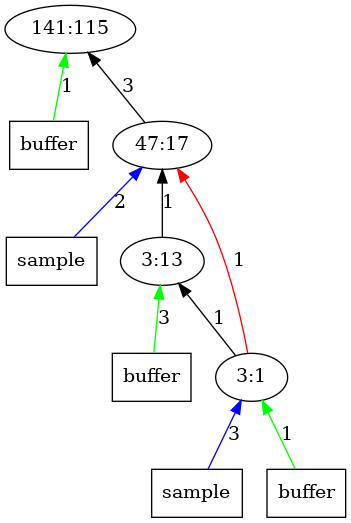
Above: outputImages/op115.png.png in AbhikKhan/MTP_IITG (Graphviz), before the change. Its source is kept beside it as outputTrees/op115.dot. The source it was exported from:
```dot
digraph Tree{
	rankdir="BT"
	x12 -> 1 [label = "1", color = "green"];
	x12 [label = "buffer", shape = "box"];
	1 [label = "141:115"];
	2 -> 1 [label = "3", color = "black"];
	x21 -> 2 [label = "2", color = "blue"];
	x21 [label = "sample", shape = "box"];
	2 [label = "47:17"];
	x32 -> 3 [label = "3", color = "green"];
	x32 [label = "buffer", shape = "box"];
	3 -> 2 [label = "1", color = "black"];
	3 [label = "3:13"];
	4 -> 3 [label = "1", color = "black"];
	4 -> 2 [label = "1", color = "red"];
	x41 -> 4 [label = "3", color = "blue"];
	x41 [label = "sample", shape = "box"];
	x42 -> 4 [label = "1", color = "green"];
	x42 [label = "buffer", shape = "box"];
	4 [label = "3:1"];
}
```
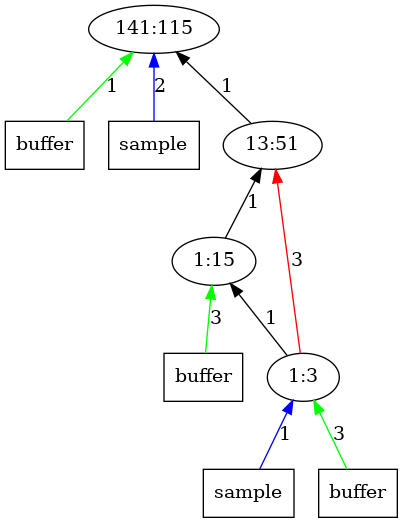
After the change.

The edit, as a diff of the source:
```diff
@@ -2,20 +2,20 @@
 	rankdir="BT"
 	x12 -> 1 [label = "1", color = "green"];
 	x12 [label = "buffer", shape = "box"];
+	x11 -> 1 [label = "2", color = "blue"];
+	x11 [label = "sample", shape = "box"];
 	1 [label = "141:115"];
-	2 -> 1 [label = "3", color = "black"];
-	x21 -> 2 [label = "2", color = "blue"];
-	x21 [label = "sample", shape = "box"];
-	2 [label = "47:17"];
+	2 -> 1 [label = "1", color = "black"];
+	2 [label = "13:51"];
+	3 -> 2 [label = "1", color = "black"];
 	x32 -> 3 [label = "3", color = "green"];
 	x32 [label = "buffer", shape = "box"];
-	3 -> 2 [label = "1", color = "black"];
-	3 [label = "3:13"];
+	3 [label = "1:15"];
+	4 -> 2 [label = "3", color = "red"];
 	4 -> 3 [label = "1", color = "black"];
-	4 -> 2 [label = "1", color = "red"];
-	x41 -> 4 [label = "3", color = "blue"];
+	x41 -> 4 [label = "1", color = "blue"];
 	x41 [label = "sample", shape = "box"];
-	x42 -> 4 [label = "1", color = "green"];
+	x42 -> 4 [label = "3", color = "green"];
 	x42 [label = "buffer", shape = "box"];
-	4 [label = "3:1"];
+	4 [label = "1:3"];
 }
```
